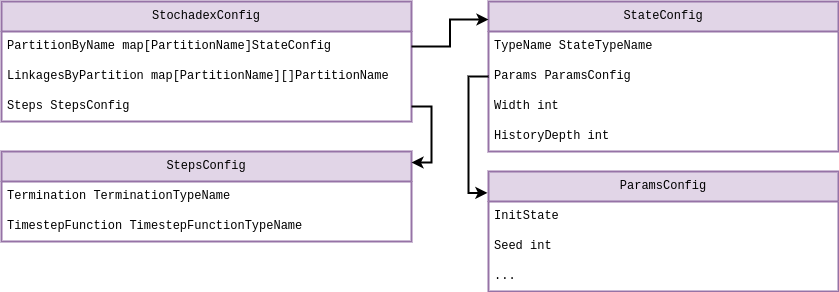
Before: images/stochadex-data-types.drawio.png, a diagram exported from draw.io (umbralcalc/worlds-of-observation). Source tidied: cells renumbered, new cells last; positions are measured from the earlier drawing's top-left corner, leaving out a move shared by most shapes.
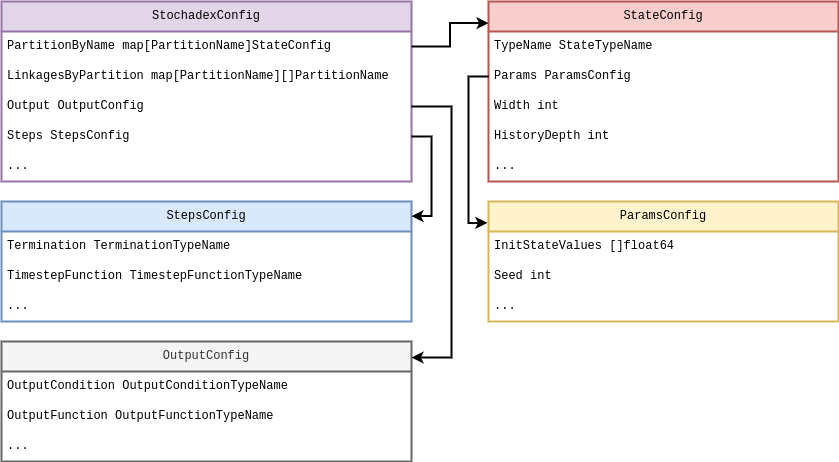
After the change.

Commit message:
added more comments on data types and requirements

Diff of the diagram source:
```diff
@@ -3,7 +3,7 @@
     <mxCell id="0" />
     <mxCell id="1" parent="0" />
     <mxCell id="2" value="StochadexConfig" style="swimlane;fontStyle=0;horizontal=1;startSize=30;whiteSpace=wrap;html=1;fontFamily=Courier New;fillColor=#e1d5e7;strokeColor=#9673a6;strokeWidth=2;" parent="1" vertex="1">
-      <mxGeometry width="410" height="120" as="geometry" />
+      <mxGeometry width="410" height="180" as="geometry" />
     </mxCell>
     <mxCell id="3" value="PartitionByName map[PartitionName]StateConfig" style="text;strokeColor=none;fillColor=none;align=left;verticalAlign=middle;spacingLeft=4;spacingRight=4;overflow=hidden;points=[[0,0.5],[1,0.5]];portConstraint=eastwest;whiteSpace=wrap;html=1;fontFamily=Courier New;" parent="2" vertex="1">
       <mxGeometry y="30" width="410" height="30" as="geometry" />
@@ -11,11 +11,17 @@
     <mxCell id="4" value="LinkagesByPartition map[PartitionName][]PartitionName" style="text;strokeColor=none;fillColor=none;align=left;verticalAlign=middle;spacingLeft=4;spacingRight=4;overflow=hidden;whiteSpace=wrap;html=1;fontFamily=Courier New;" parent="2" vertex="1">
       <mxGeometry y="60" width="410" height="30" as="geometry" />
     </mxCell>
+    <mxCell id="21" value="Output OutputConfig" style="text;strokeColor=none;fillColor=none;align=left;verticalAlign=middle;spacingLeft=4;spacingRight=4;overflow=hidden;points=[[0,0.5],[1,0.5]];portConstraint=eastwest;whiteSpace=wrap;html=1;fontFamily=Courier New;" parent="2" vertex="1">
+      <mxGeometry y="90" width="410" height="30" as="geometry" />
+    </mxCell>
     <mxCell id="5" value="Steps StepsConfig" style="text;strokeColor=none;fillColor=none;align=left;verticalAlign=middle;spacingLeft=4;spacingRight=4;overflow=hidden;points=[[0,0.5],[1,0.5]];portConstraint=eastwest;whiteSpace=wrap;html=1;fontFamily=Courier New;" parent="2" vertex="1">
-      <mxGeometry y="90" width="410" height="30" as="geometry" />
+      <mxGeometry y="120" width="410" height="30" as="geometry" />
     </mxCell>
+    <mxCell id="22" value="..." style="text;strokeColor=none;fillColor=none;align=left;verticalAlign=middle;spacingLeft=4;spacingRight=4;overflow=hidden;whiteSpace=wrap;html=1;fontFamily=Courier New;" parent="2" vertex="1">
+      <mxGeometry y="150" width="410" height="30" as="geometry" />
+    </mxCell>
-    <mxCell id="6" value="StateConfig" style="swimlane;fontStyle=0;horizontal=1;startSize=30;whiteSpace=wrap;html=1;fontFamily=Courier New;fillColor=#e1d5e7;strokeColor=#9673a6;strokeWidth=2;" parent="1" vertex="1">
-      <mxGeometry x="487" width="350" height="150" as="geometry" />
+    <mxCell id="6" value="StateConfig" style="swimlane;fontStyle=0;horizontal=1;startSize=30;whiteSpace=wrap;html=1;fontFamily=Courier New;fillColor=#f8cecc;strokeColor=#b85450;strokeWidth=2;" parent="1" vertex="1">
+      <mxGeometry x="487" width="350" height="180" as="geometry" />
     </mxCell>
     <mxCell id="7" value="TypeName StateTypeName" style="text;strokeColor=none;fillColor=none;align=left;verticalAlign=middle;spacingLeft=4;spacingRight=4;overflow=hidden;whiteSpace=wrap;html=1;fontFamily=Courier New;" parent="6" vertex="1">
       <mxGeometry y="30" width="350" height="30" as="geometry" />
@@ -29,11 +35,14 @@
     <mxCell id="10" value="HistoryDepth int" style="text;strokeColor=none;fillColor=none;align=left;verticalAlign=middle;spacingLeft=4;spacingRight=4;overflow=hidden;whiteSpace=wrap;html=1;fontFamily=Courier New;" parent="6" vertex="1">
       <mxGeometry y="120" width="350" height="30" as="geometry" />
     </mxCell>
+    <mxCell id="23" value="..." style="text;strokeColor=none;fillColor=none;align=left;verticalAlign=middle;spacingLeft=4;spacingRight=4;overflow=hidden;whiteSpace=wrap;html=1;fontFamily=Courier New;" parent="6" vertex="1">
+      <mxGeometry y="150" width="350" height="30" as="geometry" />
+    </mxCell>
     <mxCell id="11" style="edgeStyle=orthogonalEdgeStyle;rounded=0;jettySize=auto;html=1;entryX=0;entryY=0.12;entryDx=0;entryDy=0;entryPerimeter=0;strokeWidth=2;" parent="1" edge="1" source="3" target="6">
       <mxGeometry relative="1" as="geometry" />
     </mxCell>
-    <mxCell id="12" value="StepsConfig" style="swimlane;fontStyle=0;horizontal=1;startSize=30;whiteSpace=wrap;html=1;fontFamily=Courier New;fillColor=#e1d5e7;strokeColor=#9673a6;strokeWidth=2;" parent="1" vertex="1">
-      <mxGeometry y="150" width="410" height="90" as="geometry" />
+    <mxCell id="12" value="StepsConfig" style="swimlane;fontStyle=0;horizontal=1;startSize=30;whiteSpace=wrap;html=1;fontFamily=Courier New;fillColor=#dae8fc;strokeColor=#6c8ebf;strokeWidth=2;" parent="1" vertex="1">
+      <mxGeometry y="200" width="410" height="120" as="geometry" />
     </mxCell>
     <mxCell id="13" value="Termination TerminationTypeName" style="text;strokeColor=none;fillColor=none;align=left;verticalAlign=middle;spacingLeft=4;spacingRight=4;overflow=hidden;whiteSpace=wrap;html=1;fontFamily=Courier New;" parent="12" vertex="1">
       <mxGeometry y="30" width="410" height="30" as="geometry" />
@@ -41,10 +50,13 @@
     <mxCell id="14" value="TimestepFunction TimestepFunctionTypeName" style="text;strokeColor=none;fillColor=none;align=left;verticalAlign=middle;spacingLeft=4;spacingRight=4;overflow=hidden;whiteSpace=wrap;html=1;fontFamily=Courier New;" parent="12" vertex="1">
       <mxGeometry y="60" width="410" height="30" as="geometry" />
     </mxCell>
+    <mxCell id="24" value="..." style="text;strokeColor=none;fillColor=none;align=left;verticalAlign=middle;spacingLeft=4;spacingRight=4;overflow=hidden;whiteSpace=wrap;html=1;fontFamily=Courier New;" parent="12" vertex="1">
+      <mxGeometry y="90" width="410" height="30" as="geometry" />
+    </mxCell>
-    <mxCell id="15" value="ParamsConfig" style="swimlane;fontStyle=0;horizontal=1;startSize=30;whiteSpace=wrap;html=1;fontFamily=Courier New;fillColor=#e1d5e7;strokeColor=#9673a6;strokeWidth=2;" parent="1" vertex="1">
-      <mxGeometry x="487" y="170" width="350" height="120" as="geometry" />
+    <mxCell id="15" value="ParamsConfig" style="swimlane;fontStyle=0;horizontal=1;startSize=30;whiteSpace=wrap;html=1;fontFamily=Courier New;strokeWidth=2;fillColor=#fff2cc;strokeColor=#d6b656;" parent="1" vertex="1">
+      <mxGeometry x="487" y="200" width="350" height="120" as="geometry" />
     </mxCell>
-    <mxCell id="16" value="InitState" style="text;strokeColor=none;fillColor=none;align=left;verticalAlign=middle;spacingLeft=4;spacingRight=4;overflow=hidden;whiteSpace=wrap;html=1;fontFamily=Courier New;" parent="15" vertex="1">
+    <mxCell id="16" value="InitStateValues []float64" style="text;strokeColor=none;fillColor=none;align=left;verticalAlign=middle;spacingLeft=4;spacingRight=4;overflow=hidden;whiteSpace=wrap;html=1;fontFamily=Courier New;" parent="15" vertex="1">
       <mxGeometry y="30" width="350" height="30" as="geometry" />
     </mxCell>
     <mxCell id="17" value="Seed int" style="text;strokeColor=none;fillColor=none;align=left;verticalAlign=middle;spacingLeft=4;spacingRight=4;overflow=hidden;whiteSpace=wrap;html=1;fontFamily=Courier New;" parent="15" vertex="1">
@@ -56,13 +68,33 @@
     <mxCell id="19" style="edgeStyle=orthogonalEdgeStyle;rounded=0;jettySize=auto;html=1;entryX=-0.003;entryY=0.178;entryDx=0;entryDy=0;entryPerimeter=0;strokeWidth=2;" parent="1" edge="1" source="8" target="15">
       <mxGeometry relative="1" as="geometry" />
     </mxCell>
-    <mxCell id="20" style="edgeStyle=orthogonalEdgeStyle;rounded=0;jettySize=auto;html=1;entryX=1;entryY=0.122;entryDx=0;entryDy=0;strokeWidth=2;entryPerimeter=0;" parent="1" edge="1" source="5" target="12">
+    <mxCell id="20" style="edgeStyle=orthogonalEdgeStyle;rounded=0;jettySize=auto;html=1;entryX=1;entryY=0.122;entryDx=0;entryDy=0;strokeWidth=2;entryPerimeter=0;exitX=1;exitY=0.5;exitDx=0;exitDy=0;" parent="1" edge="1" source="5" target="12">
       <mxGeometry relative="1" as="geometry">
         <Array as="points">
-          <mxPoint x="430" y="105" />
-          <mxPoint x="430" y="161" />
+          <mxPoint x="430" y="135" />
+          <mxPoint x="430" y="215" />
         </Array>
       </mxGeometry>
     </mxCell>
+    <mxCell id="25" value="OutputConfig" style="swimlane;fontStyle=0;horizontal=1;startSize=30;whiteSpace=wrap;html=1;fontFamily=Courier New;fillColor=#f5f5f5;strokeColor=#666666;strokeWidth=2;fontColor=#333333;" parent="1" vertex="1">
+      <mxGeometry y="340" width="410" height="120" as="geometry" />
+    </mxCell>
+    <mxCell id="26" value="OutputCondition OutputConditionTypeName" style="text;strokeColor=none;fillColor=none;align=left;verticalAlign=middle;spacingLeft=4;spacingRight=4;overflow=hidden;whiteSpace=wrap;html=1;fontFamily=Courier New;" parent="25" vertex="1">
+      <mxGeometry y="30" width="410" height="30" as="geometry" />
+    </mxCell>
+    <mxCell id="27" value="OutputFunction OutputFunctionTypeName" style="text;strokeColor=none;fillColor=none;align=left;verticalAlign=middle;spacingLeft=4;spacingRight=4;overflow=hidden;whiteSpace=wrap;html=1;fontFamily=Courier New;" parent="25" vertex="1">
+      <mxGeometry y="60" width="410" height="30" as="geometry" />
+    </mxCell>
+    <mxCell id="28" value="..." style="text;strokeColor=none;fillColor=none;align=left;verticalAlign=middle;spacingLeft=4;spacingRight=4;overflow=hidden;whiteSpace=wrap;html=1;fontFamily=Courier New;" parent="25" vertex="1">
+      <mxGeometry y="90" width="410" height="30" as="geometry" />
+    </mxCell>
+    <mxCell id="29" style="edgeStyle=orthogonalEdgeStyle;rounded=0;jettySize=auto;html=1;exitX=1;exitY=0.5;exitDx=0;exitDy=0;strokeWidth=2;entryX=1;entryY=0.133;entryDx=0;entryDy=0;entryPerimeter=0;" parent="1" edge="1" source="21" target="25">
+      <mxGeometry relative="1" as="geometry">
+        <Array as="points">
+          <mxPoint x="450" y="105" />
+          <mxPoint x="450" y="356" />
+        </Array>
+      </mxGeometry>
+    </mxCell>
   </root>
 </mxGraphModel>
```
